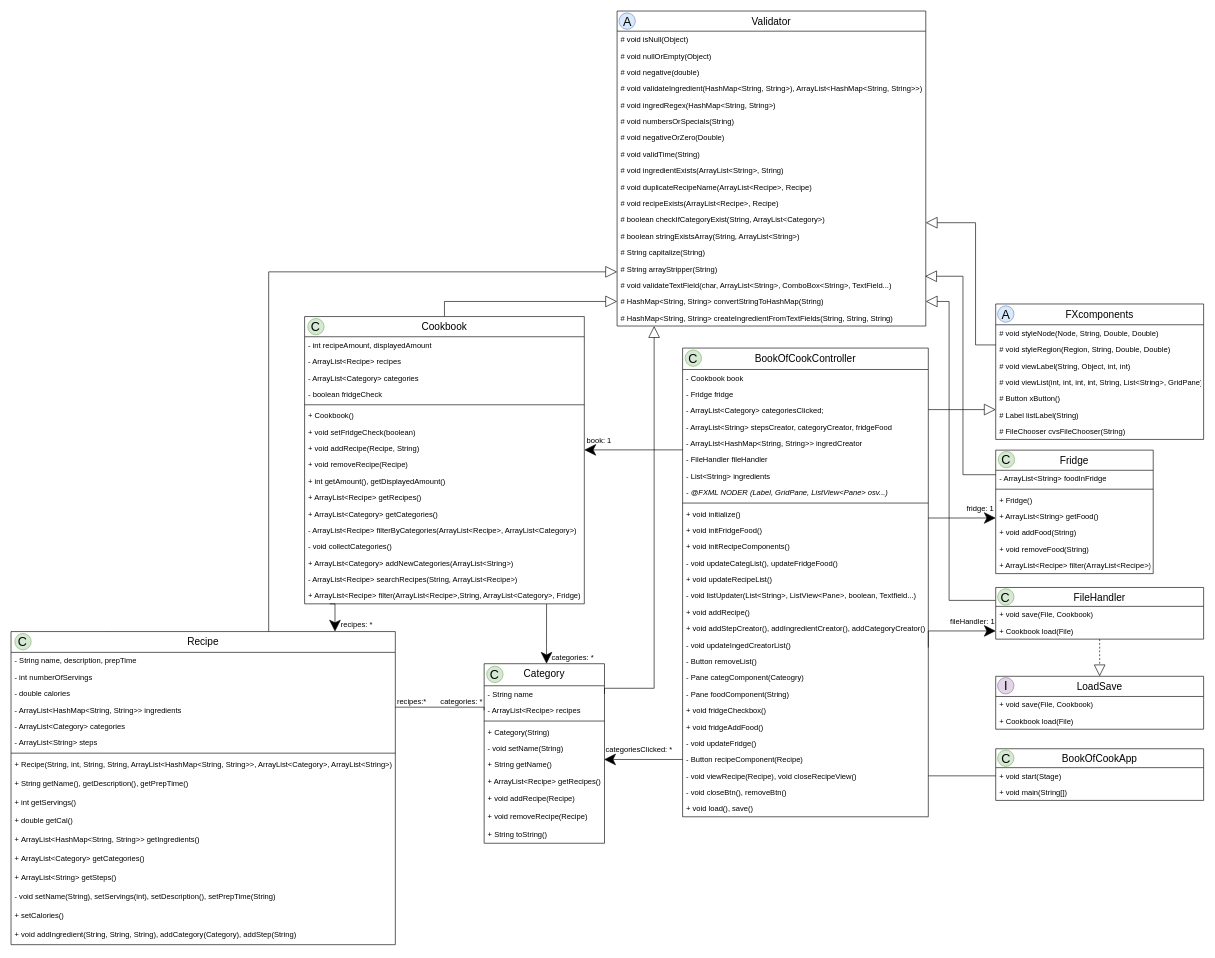
MarkusJohansen/BookOfCook keeps this draw.io diagram as documents/klassediagram.drawio. Above is the earlier version. Source tidied: cells renumbered, new cells numbered last; positions are measured from the earlier drawing's top-left corner, leaving out a move shared by most shapes. Both pictures are drawn from the tidied source at 63%, with x=0, y=0 at pixel (11, 11).
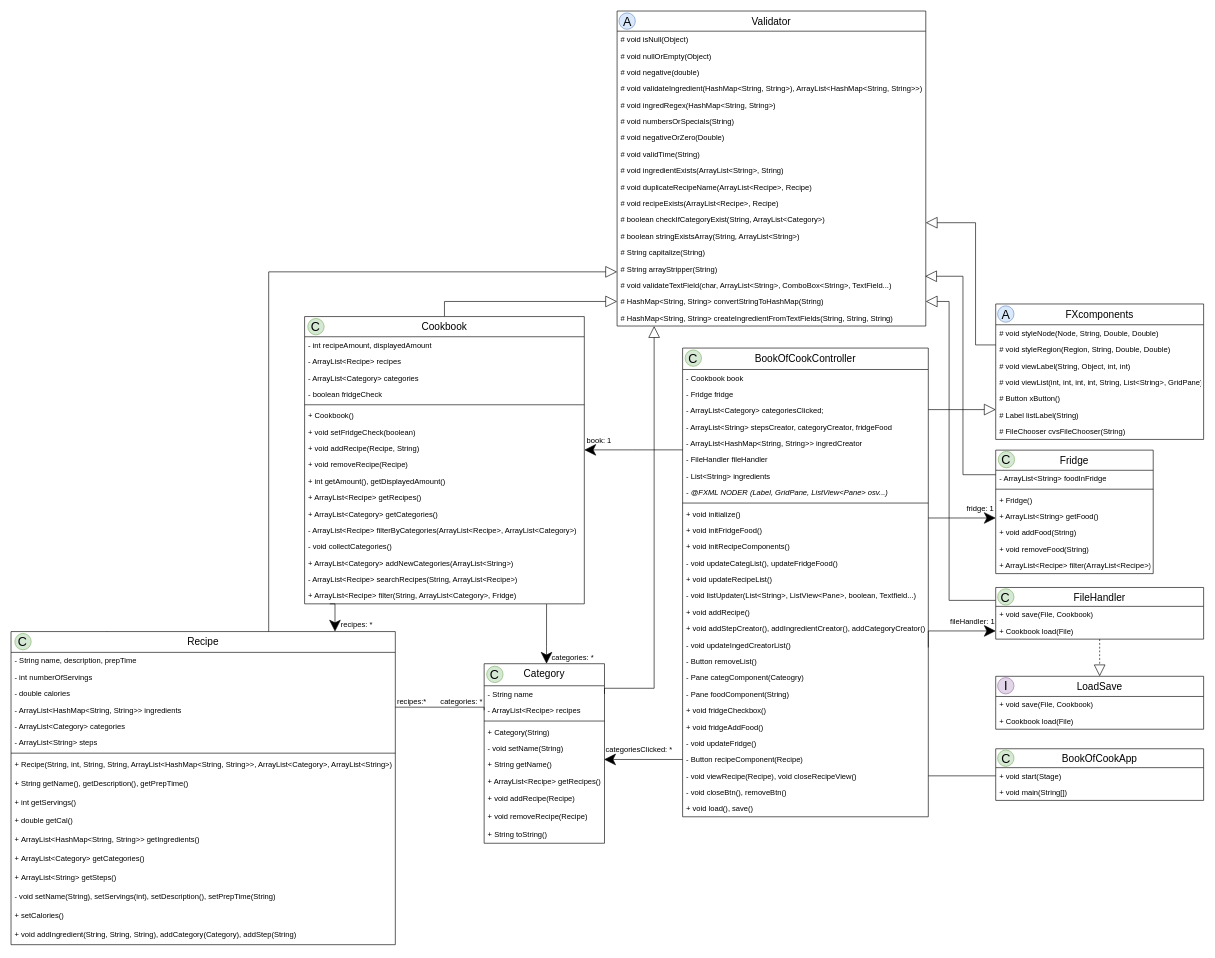
After the change.

The change refers to these unchanged cells:
```xml
<mxCell id="3" value="Cookbook" style="swimlane;fontStyle=0;align=center;verticalAlign=top;horizontal=1;startSize=32;rounded=0;shadow=0;strokeWidth=1;fontSize=16;" parent="1" vertex="1">
  <mxGeometry x="466" y="485" width="444" height="456" as="geometry" />
</mxCell>
```

Diff of the diagram source:
```diff
@@
-    <mxCell id="20" value="+ ArrayList&lt;Recipe&gt; filter(ArrayList&lt;Recipe&gt;,String, ArrayList&lt;Category&gt;, Fridge)" style="text;align=left;verticalAlign=top;spacingLeft=4;spacingRight=4;overflow=hidden;points=[[0,0.5],[1,0.5]];portConstraint=eastwest;" parent="3" vertex="1">
+    <mxCell id="20" value="+ ArrayList&lt;Recipe&gt; filter(String, ArrayList&lt;Category&gt;, Fridge)" style="text;align=left;verticalAlign=top;spacingLeft=4;spacingRight=4;overflow=hidden;points=[[0,0.5],[1,0.5]];portConstraint=eastwest;" parent="3" vertex="1">
       <mxGeometry y="430" width="444" height="26" as="geometry" />
     </mxCell>
```
